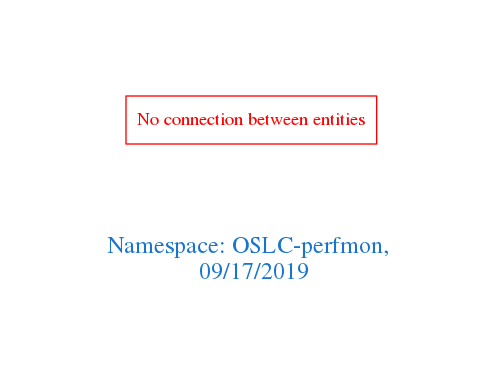
The Graphviz diagram downloads/OSLC-perfmon.png in arago/OGIT, before a commit. Its source is kept beside it as downloads/OSLC-perfmon.dot.
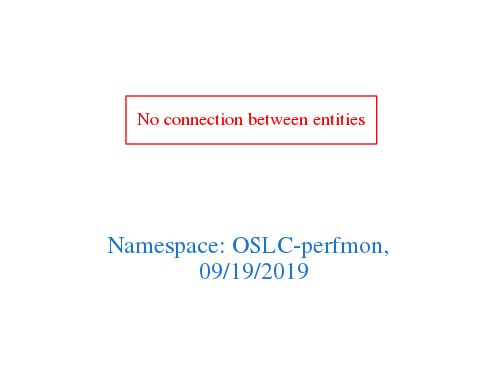
After the change.

The edit, as a diff of the source:
```diff
@@ -1,7 +1,7 @@
 digraph OGIT_ontology {
  graph [ rankdir= LR,pad=1
 fontsize = 18,
-fontcolor= dodgerblue3,label = "\n\n\nNamespace: OSLC-perfmon, \n 09/17/2019"];
+fontcolor= dodgerblue3,label = "\n\n\nNamespace: OSLC-perfmon, \n 09/19/2019"];
 node[shape=polygon];
 edge [  color="gray81"];
 
```
